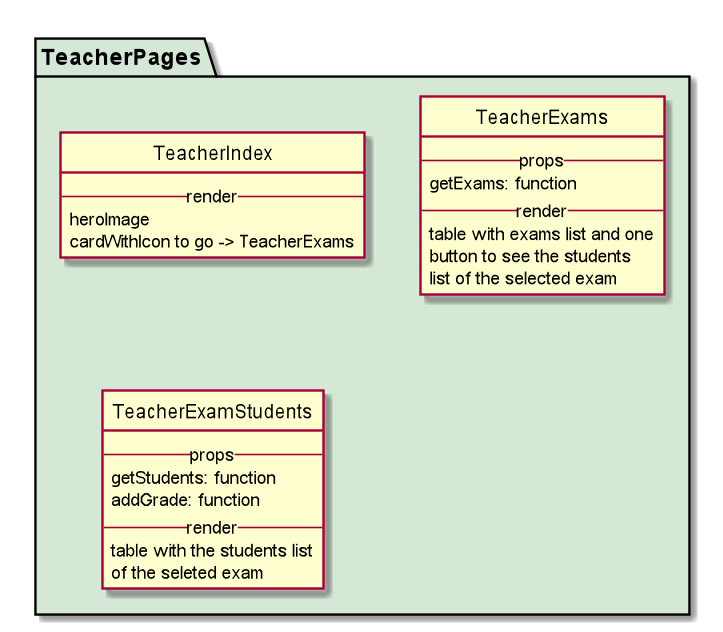
Above: Esterni/ManualeSviluppatore/diagrammi/react/teacherpages.png in M9k/Marvin-Documentazione---353 (PlantUML), before the change.
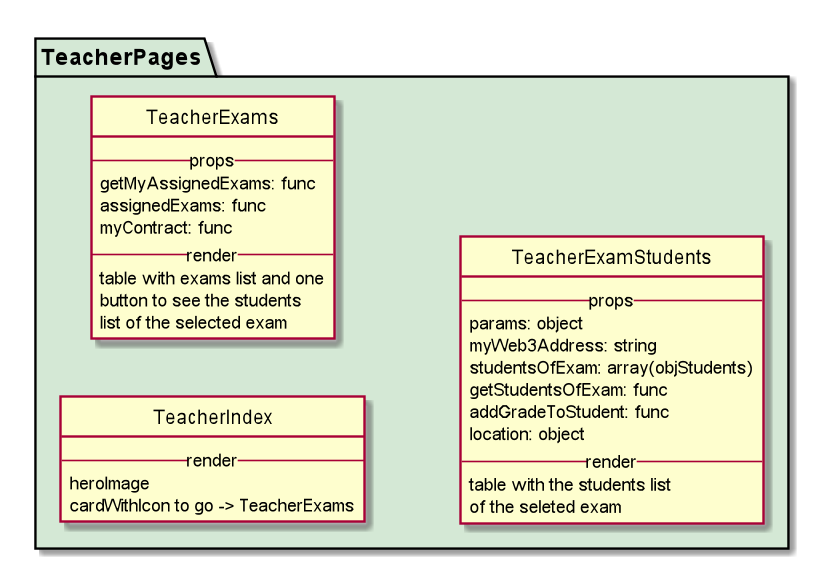
Later version of the same file.

Change to the diagram source:
```diff
@@ -1,5 +1,15 @@
 @startuml
+
 hide circle
+
+skinparam classAttributeIconSize 0
+
+skinparam linetype ortho
+
+skinparam hide circle
+
+left to right direction
+
 
 package TeacherPages #D4E8D5 {
 
@@ -11,7 +21,9 @@
 
 class TeacherExams {
     --props--
-        getExams: function
+      getMyAssignedExams: func
+      assignedExams: func
+      myContract: func
     --render--
     table with exams list and one
     button to see the students
@@ -20,8 +32,12 @@
 
 class TeacherExamStudents {
     --props--
-        getStudents: function
-        addGrade: function
+      params: object
+      myWeb3Address: string
+      studentsOfExam: array(objStudents)
+      getStudentsOfExam: func
+      addGradeToStudent: func
+      location: object
     --render--
     table with the students list
     of the seleted exam
@@ -29,4 +45,5 @@
 
 }
 
+
 @enduml
```
